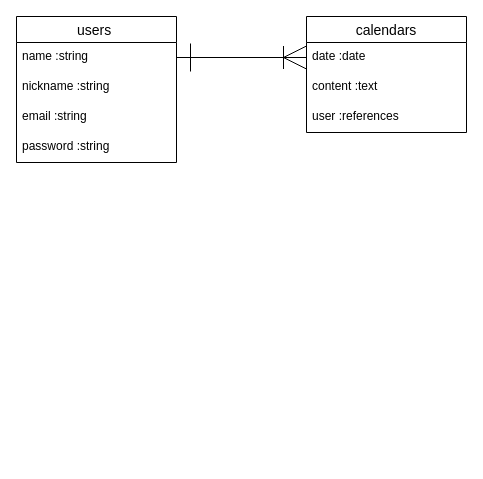
Above: er-view.dio in yukimaru93/chronicle_step (draw.io), before the change. Source tidied: cells renumbered, new cells numbered last; positions are measured from the earlier drawing's top-left corner, leaving out a move shared by most shapes. Both pictures are drawn from the tidied source at 100%, with x=0, y=0 at pixel (16, 16).
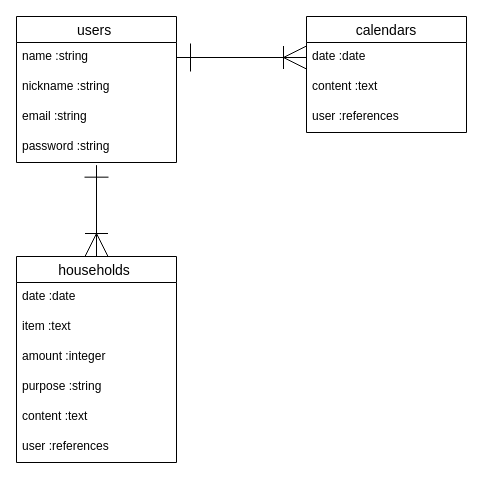
Above is the later version.

Commit message (it also covers changes not shown here):
readme,er図　雛型の作成

Unchanged cells that the change refers to:
```xml
<mxCell id="6" value="password :string" style="text;strokeColor=none;fillColor=none;spacingLeft=4;spacingRight=4;overflow=hidden;points=[[0,0.5],[1,0.5]];portConstraint=eastwest;fontSize=12;" parent="2" vertex="1">
  <mxGeometry y="116" width="160" height="30" as="geometry" />
</mxCell>
```

What changed in the source:
```diff
@@
+    <mxCell id="12" style="edgeStyle=none;html=1;exitX=0.5;exitY=0;exitDx=0;exitDy=0;entryX=0.5;entryY=1.089;entryDx=0;entryDy=0;entryPerimeter=0;endArrow=ERone;endFill=0;startArrow=ERoneToMany;startFill=0;endSize=22;startSize=21;" parent="1" edge="1" source="13" target="6">
+      <mxGeometry relative="1" as="geometry" />
+    </mxCell>
+    <mxCell id="13" value="households " style="swimlane;fontStyle=0;horizontal=1;startSize=26;align=center;fontSize=14;" parent="1" vertex="1">
+      <mxGeometry y="240" width="160" height="206" as="geometry" />
+    </mxCell>
+    <mxCell id="14" value="date :date" style="text;strokeColor=none;fillColor=none;spacingLeft=4;spacingRight=4;overflow=hidden;fontSize=12;" parent="13" vertex="1">
+      <mxGeometry y="26" width="160" height="30" as="geometry" />
+    </mxCell>
+    <mxCell id="15" value="item :text" style="text;strokeColor=none;fillColor=none;spacingLeft=4;spacingRight=4;overflow=hidden;fontSize=12;" parent="13" vertex="1">
+      <mxGeometry y="56" width="160" height="30" as="geometry" />
+    </mxCell>
+    <mxCell id="16" value="amount :integer" style="text;strokeColor=none;fillColor=none;spacingLeft=4;spacingRight=4;overflow=hidden;fontSize=12;" parent="13" vertex="1">
+      <mxGeometry y="86" width="160" height="30" as="geometry" />
+    </mxCell>
+    <mxCell id="17" value="purpose :string" style="text;strokeColor=none;fillColor=none;spacingLeft=4;spacingRight=4;overflow=hidden;fontSize=12;" parent="13" vertex="1">
+      <mxGeometry y="116" width="160" height="30" as="geometry" />
+    </mxCell>
+    <mxCell id="18" value="content :text" style="text;strokeColor=none;fillColor=none;spacingLeft=4;spacingRight=4;overflow=hidden;fontSize=12;" parent="13" vertex="1">
+      <mxGeometry y="146" width="160" height="30" as="geometry" />
+    </mxCell>
+    <mxCell id="19" value="user :references" style="text;strokeColor=none;fillColor=none;spacingLeft=4;spacingRight=4;overflow=hidden;fontSize=12;" parent="13" vertex="1">
+      <mxGeometry y="176" width="160" height="30" as="geometry" />
+    </mxCell>
```
